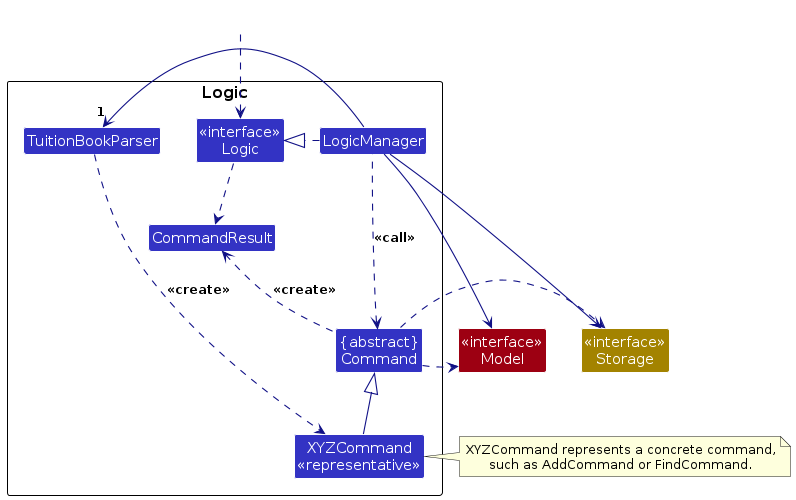
AY2627S1-CS2103T-T16-2/tp keeps this PlantUML diagram as diagrams/LogicClassDiagram.png. Above is the earlier version. Its source is kept beside it as diagrams/LogicClassDiagram.puml.
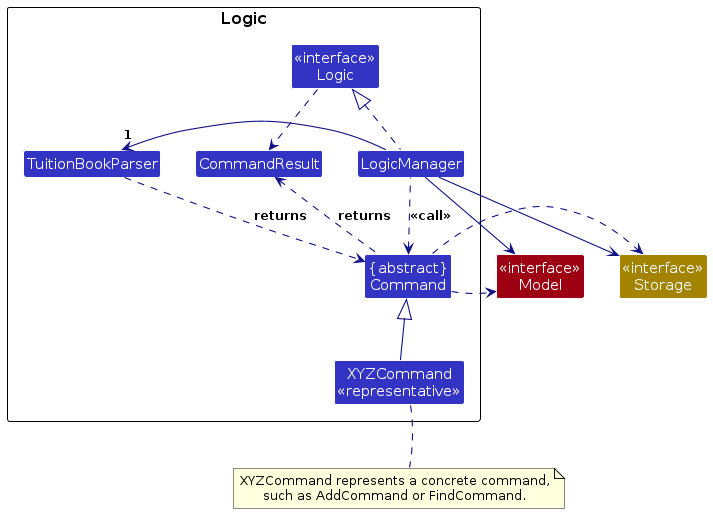
Above is the later version.

Diff of the diagram source:
```diff
@@ -19,12 +19,9 @@
 Class "<<interface>>\nModel" as Model MODEL_COLOR
 Class "<<interface>>\nStorage" as Storage STORAGE_COLOR
 
-Class HiddenOutside #FFFFFF
-HiddenOutside ..> Logic
-
-LogicManager .right.|> Logic
-LogicManager --> "1" TuitionBookParser
-TuitionBookParser ..> XYZCommand : <<create>>
+LogicManager .up.|> Logic
+LogicManager -left-> "1" TuitionBookParser
+TuitionBookParser ..> Command : returns
 
 XYZCommand -up-|> Command
 LogicManager .left.> Command : <<call>>
@@ -33,10 +30,15 @@
 LogicManager --> Storage
 Command .right.> Model
 Command .right.> Storage
-note left of XYZCommand: XYZCommand represents a concrete command,\nsuch as AddCommand or FindCommand.
+note as RepresentativeCommandNote
+XYZCommand represents a concrete command,
+such as AddCommand or FindCommand.
+end note
+XYZCommand -[hidden]down- RepresentativeCommandNote
+XYZCommand .. RepresentativeCommandNote
 
 Logic ..> CommandResult
-Command .up.> CommandResult : <<create>>
+Command .up.> CommandResult : returns
 
 TuitionBookParser -[hidden]right- LogicManager
 LogicManager -[hidden]right- Command
```
